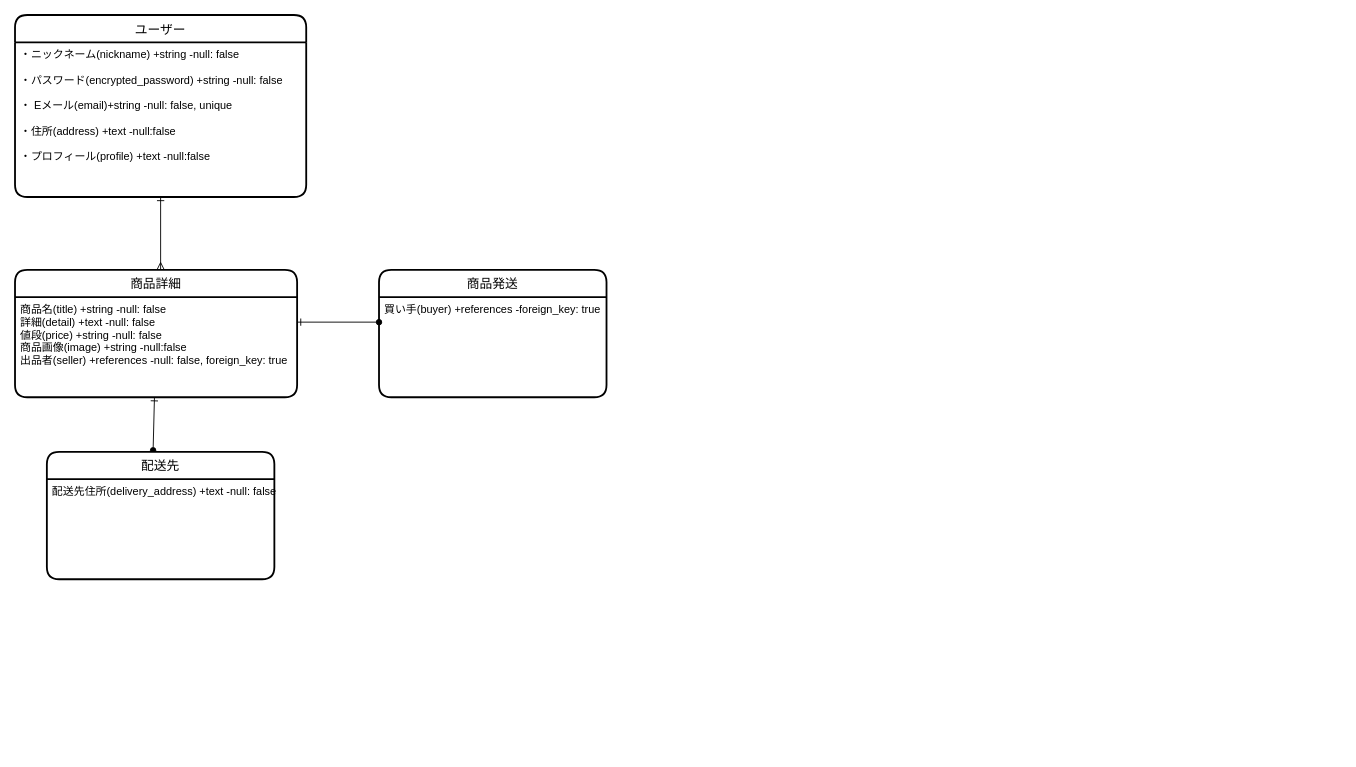
you12eve/furima-37200 keeps this draw.io diagram as furima_app.dio. Above is the earlier version. Source tidied: cells renumbered, new cells numbered last; positions are measured from the earlier drawing's top-left corner, leaving out a move shared by most shapes. Both pictures are drawn from the tidied source at 91%, with x=0, y=0 at pixel (15, 15).
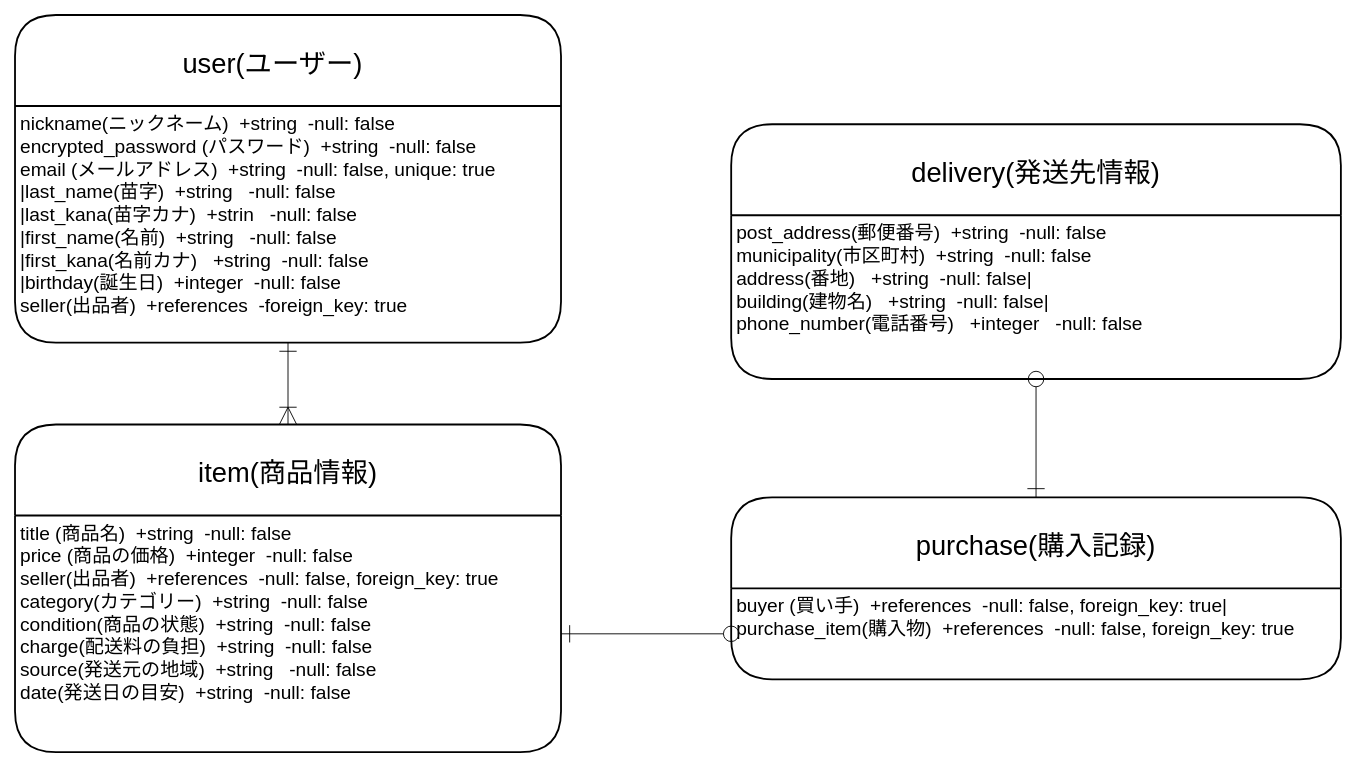
The same page after the edit.

Commit message (it also covers changes not shown here):
【修正】DB設計　3/17 ver.2

Change to the diagram source:
```diff
@@
 <mxGraphModel>
   <root>
     <mxCell id="0" />
     <mxCell id="1" parent="0" />
-    <mxCell id="2" value="ユーザー" style="swimlane;horizontal=1;startSize=30;rounded=1;fontSize=14;fontStyle=0;strokeWidth=2;shadow=0;dashed=0;align=center;" parent="1" vertex="1">
-      <mxGeometry width="320" height="200" as="geometry" />
+    <mxCell id="2" value="user(ユーザー)    " style="swimlane;horizontal=1;startSize=100;rounded=1;fontSize=30;fontStyle=0;strokeWidth=2;shadow=0;dashed=0;align=center;" parent="1" vertex="1">
+      <mxGeometry width="600" height="360" as="geometry" />
     </mxCell>
-    <mxCell id="3" value="・ニックネーム(nickname) +string -null: false&#10;&#10;・パスワード(encrypted_password) +string -null: false&#10;&#10;・ Eメール(email)+string -null: false, unique&#10;&#10;・住所(address) +text -null:false&#10;&#10;・プロフィール(profile) +text -null:false" style="align=left;strokeColor=none;fillColor=none;spacingLeft=4;fontSize=12;verticalAlign=top;" parent="2" vertex="1">
-      <mxGeometry y="30" width="320" height="170" as="geometry" />
+    <mxCell id="3" value="nickname(ニックネーム)  +string  -null: false&#10;encrypted_password (パスワード)  +string  -null: false &#10;email (メールアドレス)  +string  -null: false, unique: true&#10;|last_name(苗字)  +string   -null: false&#10;|last_kana(苗字カナ)  +strin   -null: false&#10;|first_name(名前)  +string   -null: false&#10;|first_kana(名前カナ)   +string  -null: false&#10;|birthday(誕生日)  +integer  -null: false&#10;seller(出品者)  +references  -foreign_key: true" style="align=left;strokeColor=none;fillColor=none;spacingLeft=4;fontSize=21;verticalAlign=top;" parent="2" vertex="1">
+      <mxGeometry y="100" width="600" height="260" as="geometry" />
     </mxCell>
-    <mxCell id="4" style="edgeStyle=none;html=1;entryX=0.467;entryY=-0.012;entryDx=0;entryDy=0;entryPerimeter=0;startArrow=ERone;startFill=0;endArrow=oval;endFill=1;" parent="1" edge="1" source="5" target="10">
-      <mxGeometry relative="1" as="geometry" />
-    </mxCell>
-    <mxCell id="5" value="商品詳細" style="swimlane;horizontal=1;startSize=30;rounded=1;fontSize=14;fontStyle=0;strokeWidth=2;shadow=0;dashed=0;align=center;" parent="1" vertex="1">
-      <mxGeometry y="280" width="310" height="140" as="geometry" />
-    </mxCell>
-    <mxCell id="6" value="商品名(title) +string -null: false&#10;詳細(detail) +text -null: false&#10;値段(price) +string -null: false&#10;商品画像(image) +string -null:false&#10;出品者(seller) +references -null: false, foreign_key: true" style="align=left;strokeColor=none;fillColor=none;spacingLeft=4;fontSize=12;verticalAlign=top;" parent="5" vertex="1">
-      <mxGeometry y="30" width="310" height="110" as="geometry" />
-    </mxCell>
-    <mxCell id="7" value="商品発送" style="swimlane;horizontal=1;startSize=30;rounded=1;fontSize=14;fontStyle=0;strokeWidth=2;shadow=0;dashed=0;align=center;" parent="1" vertex="1">
-      <mxGeometry x="400" y="280" width="250" height="140" as="geometry" />
-    </mxCell>
-    <mxCell id="8" style="edgeStyle=none;html=1;startArrow=ERone;startFill=0;endArrow=ERmany;endFill=0;" parent="7" edge="1" source="9" target="7">
-      <mxGeometry relative="1" as="geometry" />
-    </mxCell>
-    <mxCell id="9" value="買い手(buyer) +references -foreign_key: true" style="align=left;strokeColor=none;fillColor=none;spacingLeft=4;fontSize=12;verticalAlign=top;" parent="7" vertex="1">
-      <mxGeometry y="30" width="250" height="110" as="geometry" />
-    </mxCell>
-    <mxCell id="10" value="配送先" style="swimlane;horizontal=1;startSize=30;rounded=1;fontSize=14;fontStyle=0;strokeWidth=2;shadow=0;dashed=0;align=center;" parent="1" vertex="1">
-      <mxGeometry x="35" y="480" width="250" height="140" as="geometry" />
-    </mxCell>
-    <mxCell id="11" style="edgeStyle=none;html=1;startArrow=ERone;startFill=0;endArrow=oval;endFill=1;" parent="10" edge="1" source="12" target="10">
-      <mxGeometry relative="1" as="geometry" />
-    </mxCell>
-    <mxCell id="12" value="配送先住所(delivery_address) +text -null: false" style="align=left;strokeColor=none;fillColor=none;spacingLeft=4;fontSize=12;verticalAlign=top;" parent="10" vertex="1">
-      <mxGeometry y="30" width="250" height="110" as="geometry" />
-    </mxCell>
-    <mxCell id="13" style="edgeStyle=none;html=1;endArrow=ERmany;endFill=0;startArrow=ERone;startFill=0;" parent="1" edge="1" source="3">
-      <mxGeometry relative="1" as="geometry">
-        <mxPoint x="160" y="280" as="targetPoint" />
-      </mxGeometry>
-    </mxCell>
-    <mxCell id="14" style="edgeStyle=none;html=1;exitX=1;exitY=0.25;exitDx=0;exitDy=0;entryX=0;entryY=0.25;entryDx=0;entryDy=0;startArrow=ERone;startFill=0;endArrow=oval;endFill=1;" parent="1" edge="1" source="6" target="9">
-      <mxGeometry relative="1" as="geometry" />
-    </mxCell>
+    <mxCell id="15" value="item(商品情報)" style="swimlane;horizontal=1;startSize=100;rounded=1;fontSize=30;fontStyle=0;strokeWidth=2;shadow=0;dashed=0;align=center;" parent="1" vertex="1">
+      <mxGeometry y="450" width="600" height="360" as="geometry" />
+    </mxCell>
+    <mxCell id="16" value="title (商品名)  +string  -null: false &#10;price (商品の価格)  +integer  -null: false&#10;seller(出品者)  +references  -null: false, foreign_key: true&#10;category(カテゴリー)  +string  -null: false&#10;condition(商品の状態)  +string  -null: false&#10;charge(配送料の負担)  +string  -null: false&#10;source(発送元の地域)  +string   -null: false&#10;date(発送日の目安)  +string  -null: false" style="align=left;strokeColor=none;fillColor=none;spacingLeft=4;fontSize=21;verticalAlign=top;" parent="15" vertex="1">
+      <mxGeometry y="100" width="600" height="260" as="geometry" />
+    </mxCell>
+    <mxCell id="17" style="edgeStyle=none;html=1;exitX=0.5;exitY=0;exitDx=0;exitDy=0;entryX=0.5;entryY=1;entryDx=0;entryDy=0;fontSize=30;startArrow=ERone;startFill=0;endArrow=oval;endFill=0;startSize=17;endSize=17;" parent="1" edge="1" source="18" target="21">
+      <mxGeometry relative="1" as="geometry" />
+    </mxCell>
+    <mxCell id="18" value="purchase(購入記録)" style="swimlane;horizontal=1;startSize=100;rounded=1;fontSize=30;fontStyle=0;strokeWidth=2;shadow=0;dashed=0;align=center;" parent="1" vertex="1">
+      <mxGeometry x="787" y="530" width="670" height="200" as="geometry" />
+    </mxCell>
+    <mxCell id="19" value="buyer (買い手)  +references  -null: false, foreign_key: true|&#10;purchase_item(購入物)  +references  -null: false, foreign_key: true" style="align=left;strokeColor=none;fillColor=none;spacingLeft=4;fontSize=21;verticalAlign=top;" parent="18" vertex="1">
+      <mxGeometry y="100" width="670" height="100" as="geometry" />
+    </mxCell>
+    <mxCell id="20" value="delivery(発送先情報)" style="swimlane;horizontal=1;startSize=100;rounded=1;fontSize=30;fontStyle=0;strokeWidth=2;shadow=0;dashed=0;align=center;" parent="1" vertex="1">
+      <mxGeometry x="787" y="120" width="670" height="280" as="geometry" />
+    </mxCell>
+    <mxCell id="21" value="post_address(郵便番号)  +string  -null: false&#10;municipality(市区町村)  +string  -null: false&#10;address(番地)   +string  -null: false|&#10;building(建物名)   +string  -null: false|&#10;phone_number(電話番号)   +integer   -null: false" style="align=left;strokeColor=none;fillColor=none;spacingLeft=4;fontSize=21;verticalAlign=top;" parent="20" vertex="1">
+      <mxGeometry y="100" width="670" height="180" as="geometry" />
+    </mxCell>
+    <mxCell id="22" style="edgeStyle=none;html=1;exitX=0.5;exitY=1;exitDx=0;exitDy=0;fontSize=30;startArrow=ERone;startFill=0;endArrow=ERoneToMany;endFill=0;endSize=17;startSize=17;" parent="1" edge="1" source="3" target="15">
+      <mxGeometry relative="1" as="geometry" />
+    </mxCell>
+    <mxCell id="23" style="edgeStyle=none;html=1;exitX=1;exitY=0.5;exitDx=0;exitDy=0;entryX=0;entryY=0.5;entryDx=0;entryDy=0;fontSize=30;startArrow=ERone;startFill=0;endArrow=oval;endFill=0;startSize=17;endSize=17;" parent="1" edge="1" source="16" target="19">
+      <mxGeometry relative="1" as="geometry" />
+    </mxCell>
   </root>
 </mxGraphModel>
```
